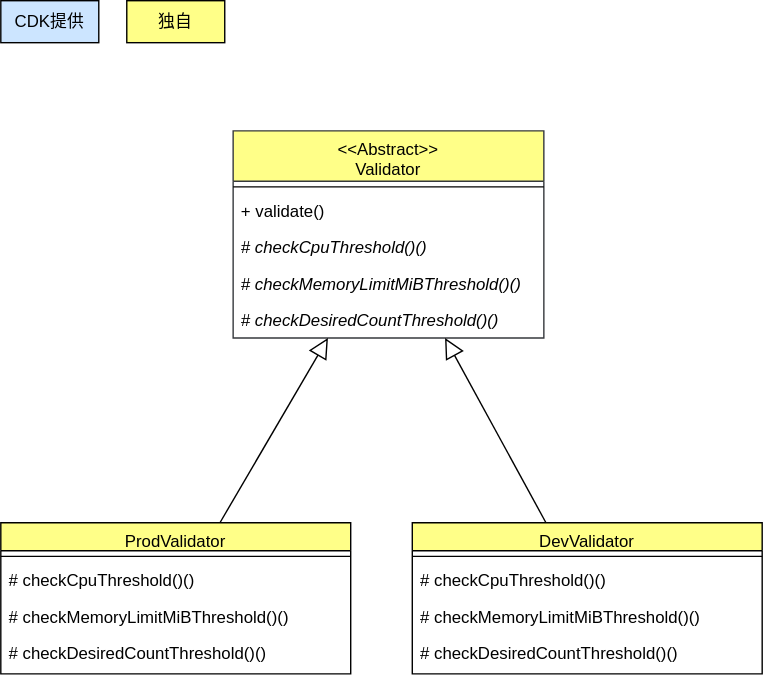
The draw.io diagram drawio/template-method/template-method-cdk.drawio.svg in go-to-k/cdk-gof-design-pattern, before a commit. Source tidied: cells renumbered, new cells last; positions are measured from the earlier drawing's top-left corner, leaving out a move shared by most shapes.
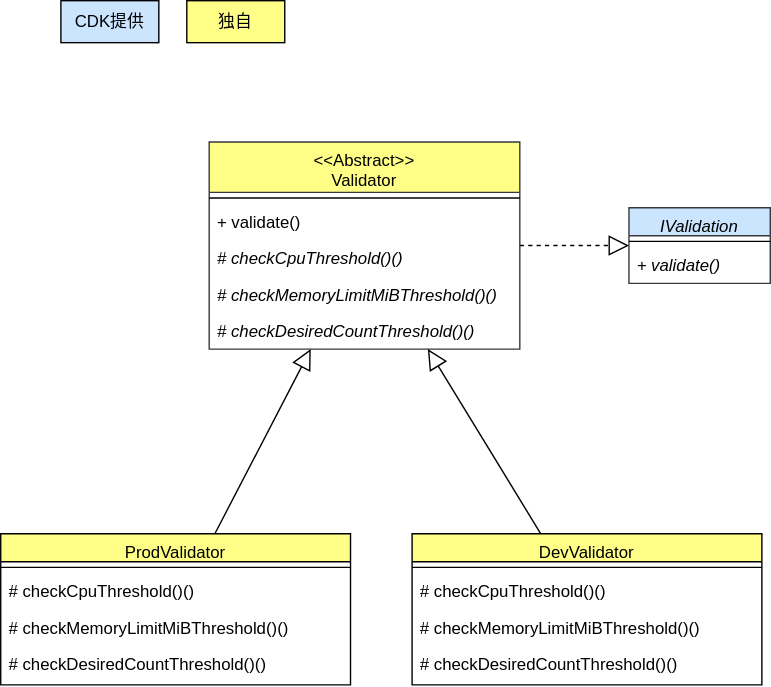
The same diagram one commit later.

Commit message:
change template method diagram

Diff of the diagram source:
```diff
@@ -3,7 +3,7 @@
     <mxCell id="0" />
     <mxCell id="1" parent="0" />
     <mxCell id="2" value="ProdValidator" style="swimlane;fontStyle=0;align=center;verticalAlign=top;horizontal=1;startSize=20;rounded=0;shadow=0;strokeWidth=1;fillColor=#ffff88;strokeColor=#000000;fontColor=#000000;" parent="1" vertex="1">
-      <mxGeometry y="373" width="250" height="108" as="geometry" />
+      <mxGeometry x="-43" y="381" width="250" height="108" as="geometry" />
     </mxCell>
     <mxCell id="3" style="line;html=1;strokeWidth=1;align=left;verticalAlign=middle;spacingTop=-1;spacingLeft=3;spacingRight=3;labelPosition=right;fontColor=#000000;strokeColor=#000000;" parent="2" vertex="1">
       <mxGeometry y="20" width="250" height="8" as="geometry" />
@@ -18,7 +18,7 @@
       <mxGeometry y="80" width="250" height="26" as="geometry" />
     </mxCell>
     <mxCell id="7" value="&lt;&lt;Abstract&gt;&gt;&#10;Validator" style="swimlane;fontStyle=0;align=center;verticalAlign=top;horizontal=1;startSize=36;rounded=0;shadow=0;strokeWidth=1;fillColor=#ffff88;strokeColor=#36393d;fontColor=#000000;" parent="1" vertex="1">
-      <mxGeometry x="166" y="93" width="222" height="148" as="geometry" />
+      <mxGeometry x="106" y="101" width="222" height="148" as="geometry" />
     </mxCell>
     <mxCell id="8" style="line;html=1;strokeWidth=1;align=left;verticalAlign=middle;spacingTop=-1;spacingLeft=3;spacingRight=3;labelPosition=right;fontColor=#000000;strokeColor=#000000;" parent="7" vertex="1">
       <mxGeometry y="36" width="222" height="8" as="geometry" />
@@ -38,14 +38,26 @@
     <mxCell id="13" style="endArrow=block;endFill=0;endSize=12;html=1;rounded=0;fontColor=#000000;strokeColor=#000000;" parent="1" edge="1" source="2" target="7">
       <mxGeometry relative="1" as="geometry" />
     </mxCell>
+    <mxCell id="22" style="endArrow=block;dashed=1;endFill=0;endSize=12;html=1;fontColor=#000000;strokeColor=#000000;labelBackgroundColor=none;" parent="1" edge="1" source="7" target="23">
+      <mxGeometry relative="1" as="geometry" />
+    </mxCell>
     <mxCell id="14" value="独自" style="rounded=0;whiteSpace=wrap;html=1;fillColor=#ffff88;strokeColor=#000000;fontColor=#000000;" parent="1" vertex="1">
       <mxGeometry x="90" width="70" height="30" as="geometry" />
     </mxCell>
     <mxCell id="15" value="CDK提供" style="rounded=0;whiteSpace=wrap;html=1;fillColor=#cce5ff;strokeColor=#000000;fontColor=#000000;" parent="1" vertex="1">
       <mxGeometry width="70" height="30" as="geometry" />
     </mxCell>
+    <mxCell id="23" value="IValidation" style="swimlane;fontStyle=2;align=center;verticalAlign=top;horizontal=1;startSize=20;rounded=0;shadow=0;strokeWidth=1;fillColor=#cce5ff;strokeColor=#36393d;fontColor=#000000;" parent="1" vertex="1">
+      <mxGeometry x="406" y="148" width="101" height="54" as="geometry" />
+    </mxCell>
+    <mxCell id="24" style="line;html=1;strokeWidth=1;align=left;verticalAlign=middle;spacingTop=-1;spacingLeft=3;spacingRight=3;labelPosition=right;fontColor=#000000;strokeColor=#000000;" parent="23" vertex="1">
+      <mxGeometry y="20" width="101" height="8" as="geometry" />
+    </mxCell>
+    <mxCell id="25" value="&lt;i&gt;+ validate()&lt;/i&gt;" style="text;strokeColor=none;fillColor=none;align=left;verticalAlign=top;spacingLeft=4;spacingRight=4;overflow=hidden;whiteSpace=wrap;html=1;fontColor=#000000;" parent="23" vertex="1">
+      <mxGeometry y="28" width="101" height="26" as="geometry" />
+    </mxCell>
     <mxCell id="16" value="DevValidator" style="swimlane;fontStyle=0;align=center;verticalAlign=top;horizontal=1;startSize=20;rounded=0;shadow=0;strokeWidth=1;fillColor=#ffff88;strokeColor=#000000;fontColor=#000000;" parent="1" vertex="1">
-      <mxGeometry x="294" y="373" width="250" height="108" as="geometry" />
+      <mxGeometry x="251" y="381" width="250" height="108" as="geometry" />
     </mxCell>
     <mxCell id="17" style="line;html=1;strokeWidth=1;align=left;verticalAlign=middle;spacingTop=-1;spacingLeft=3;spacingRight=3;labelPosition=right;fontColor=#000000;strokeColor=#000000;" parent="16" vertex="1">
       <mxGeometry y="20" width="250" height="8" as="geometry" />
```
